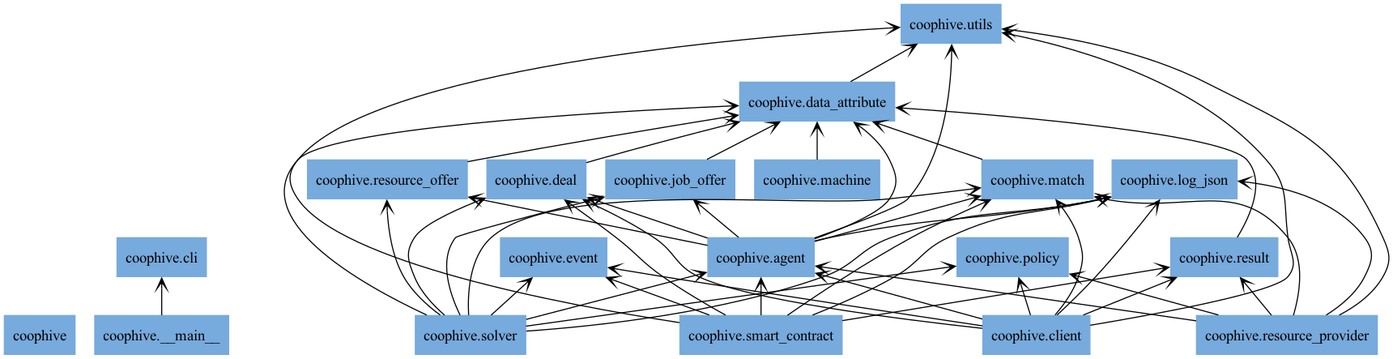
Earlier version of the Graphviz export docs/img/packages_coophive.png (CoopHive/Apiary). Its source is kept beside it as docs/img/packages_coophive.dot.
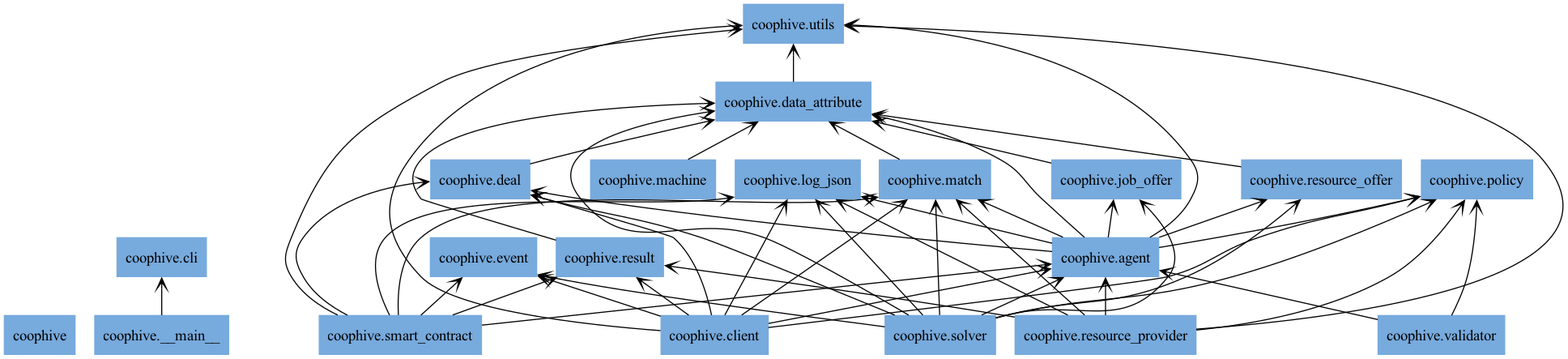
Later version of the same file.

Change to the diagram source:
```diff
@@ -20,12 +20,14 @@
 "coophive.smart_contract" [color="#77AADD", label=<coophive.smart_contract>, shape="box", style="filled"];
 "coophive.solver" [color="#77AADD", label=<coophive.solver>, shape="box", style="filled"];
 "coophive.utils" [color="#77AADD", label=<coophive.utils>, shape="box", style="filled"];
+"coophive.validator" [color="#77AADD", label=<coophive.validator>, shape="box", style="filled"];
 "coophive.__main__" -> "coophive.cli" [arrowhead="open", arrowtail="none"];
 "coophive.agent" -> "coophive.data_attribute" [arrowhead="open", arrowtail="none"];
 "coophive.agent" -> "coophive.deal" [arrowhead="open", arrowtail="none"];
 "coophive.agent" -> "coophive.job_offer" [arrowhead="open", arrowtail="none"];
 "coophive.agent" -> "coophive.log_json" [arrowhead="open", arrowtail="none"];
 "coophive.agent" -> "coophive.match" [arrowhead="open", arrowtail="none"];
+"coophive.agent" -> "coophive.policy" [arrowhead="open", arrowtail="none"];
 "coophive.agent" -> "coophive.resource_offer" [arrowhead="open", arrowtail="none"];
 "coophive.agent" -> "coophive.utils" [arrowhead="open", arrowtail="none"];
 "coophive.client" -> "coophive.agent" [arrowhead="open", arrowtail="none"];
@@ -65,4 +67,6 @@
 "coophive.solver" -> "coophive.match" [arrowhead="open", arrowtail="none"];
 "coophive.solver" -> "coophive.policy" [arrowhead="open", arrowtail="none"];
 "coophive.solver" -> "coophive.resource_offer" [arrowhead="open", arrowtail="none"];
+"coophive.validator" -> "coophive.agent" [arrowhead="open", arrowtail="none"];
+"coophive.validator" -> "coophive.policy" [arrowhead="open", arrowtail="none"];
 }
```
